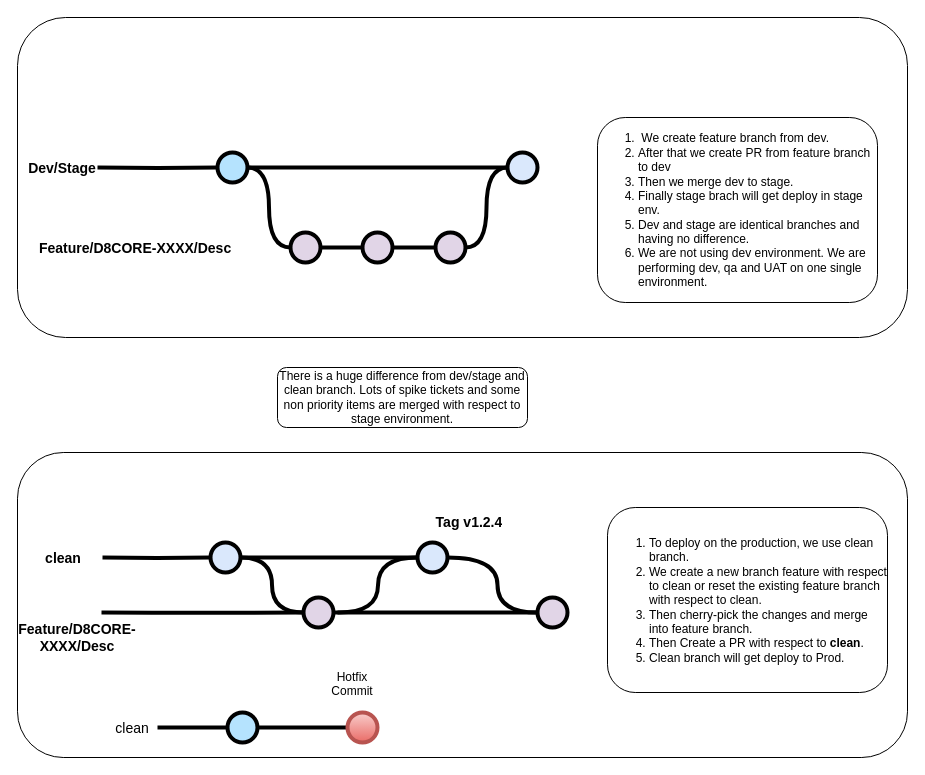
Earlier version of the draw.io diagram Existing Branching Strategy.drawio (rahul-kr/draw-io). Source tidied: cells renumbered, new cells numbered last; positions are measured from the earlier drawing's top-left corner, leaving out a move shared by most shapes. Both pictures are drawn from the tidied source at 100%, with x=0, y=0 at pixel (17, 17).
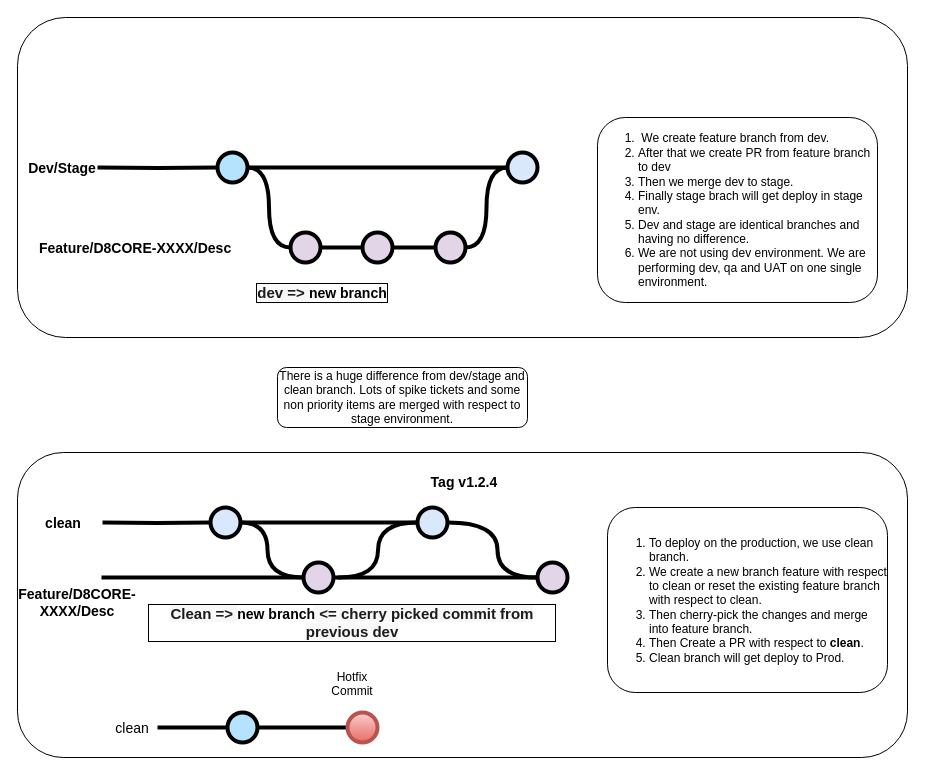
Above is the later version.

What changed in the source:
```diff
@@
     <mxCell id="18" value="clean" style="text;html=1;strokeColor=none;fillColor=none;align=center;verticalAlign=middle;whiteSpace=wrap;overflow=hidden;fontSize=14;fontStyle=1;" parent="1" vertex="1">
-      <mxGeometry x="21" y="530" width="50" height="20" as="geometry" />
+      <mxGeometry x="21" y="495" width="50" height="20" as="geometry" />
     </mxCell>
-    <mxCell id="19" style="edgeStyle=orthogonalEdgeStyle;curved=1;rounded=0;html=1;exitX=1;exitY=0.5;exitPerimeter=0;entryX=0;entryY=0.5;entryPerimeter=0;endArrow=none;endFill=0;jettySize=auto;strokeWidth=4;fontSize=15;" parent="1" edge="1" source="20">
+    <mxCell id="19" style="edgeStyle=orthogonalEdgeStyle;curved=1;rounded=0;html=1;exitX=1;exitY=0.5;exitPerimeter=0;entryX=0;entryY=0.5;entryPerimeter=0;endArrow=none;endFill=0;jettySize=auto;orthogonalLoop=1;strokeWidth=4;fontSize=15;" parent="1" edge="1">
       <mxGeometry relative="1" as="geometry">
-        <mxPoint x="520" y="595" as="targetPoint" />
+        <mxPoint x="316" y="560" as="sourcePoint" />
+        <mxPoint x="520" y="560" as="targetPoint" />
       </mxGeometry>
     </mxCell>
     <mxCell id="20" style="verticalLabelPosition=bottom;verticalAlign=top;html=1;strokeWidth=4;shape=mxgraph.flowchart.on-page_reference;plain-purple;gradientColor=none;strokeColor=#000000;" parent="1" vertex="1">
-      <mxGeometry x="286" y="580" width="30" height="30" as="geometry" />
+      <mxGeometry x="286" y="545" width="30" height="30" as="geometry" />
     </mxCell>
-    <mxCell id="21" style="edgeStyle=orthogonalEdgeStyle;curved=1;rounded=0;html=1;exitX=1;exitY=0.5;entryX=0;entryY=0.5;entryPerimeter=0;endArrow=none;endFill=0;jettySize=auto;strokeWidth=4;fontSize=15;" parent="1" edge="1" target="20">
+    <mxCell id="21" style="edgeStyle=orthogonalEdgeStyle;curved=1;rounded=0;html=1;exitX=1;exitY=0.5;entryX=0;entryY=0.5;entryPerimeter=0;endArrow=none;endFill=0;jettySize=auto;orthogonalLoop=1;strokeWidth=4;fontSize=15;" parent="1" edge="1">
       <mxGeometry relative="1" as="geometry">
-        <mxPoint x="84" y="595" as="sourcePoint" />
+        <mxPoint x="84" y="560" as="sourcePoint" />
+        <mxPoint x="286" y="560" as="targetPoint" />
       </mxGeometry>
     </mxCell>
     <mxCell id="22" style="edgeStyle=orthogonalEdgeStyle;curved=1;rounded=0;html=1;exitX=1;exitY=0.5;exitPerimeter=0;endArrow=none;endFill=0;jettySize=auto;strokeWidth=4;fontSize=15;" parent="1" edge="1" source="23">
       <mxGeometry relative="1" as="geometry">
-        <mxPoint x="540" y="595" as="targetPoint" />
+        <mxPoint x="540" y="560" as="targetPoint" />
         <Array as="points">
-          <mxPoint x="480" y="540" />
-          <mxPoint x="480" y="595" />
-          <mxPoint x="560" y="595" />
+          <mxPoint x="480" y="505" />
+          <mxPoint x="480" y="560" />
+          <mxPoint x="560" y="560" />
         </Array>
       </mxGeometry>
     </mxCell>
     <mxCell id="23" style="verticalLabelPosition=bottom;verticalAlign=top;html=1;strokeWidth=4;shape=mxgraph.flowchart.on-page_reference;plain-blue;gradientColor=none;strokeColor=#000000;" parent="1" vertex="1">
-      <mxGeometry x="400" y="525" width="30" height="30" as="geometry" />
+      <mxGeometry x="400" y="490" width="30" height="30" as="geometry" />
     </mxCell>
     <mxCell id="24" style="verticalLabelPosition=bottom;verticalAlign=top;html=1;strokeWidth=4;shape=mxgraph.flowchart.on-page_reference;plain-purple;gradientColor=none;strokeColor=#000000;" parent="1" vertex="1">
-      <mxGeometry x="520" y="580" width="30" height="30" as="geometry" />
+      <mxGeometry x="520" y="545" width="30" height="30" as="geometry" />
     </mxCell>
-    <mxCell id="25" style="edgeStyle=orthogonalEdgeStyle;curved=1;rounded=0;html=1;exitX=1;exitY=0.5;exitPerimeter=0;entryX=0;entryY=0.5;entryPerimeter=0;endArrow=none;endFill=0;jettySize=auto;strokeWidth=4;fontSize=15;" parent="1" edge="1" source="27" target="20">
-      <mxGeometry relative="1" as="geometry" />
+    <mxCell id="25" style="edgeStyle=orthogonalEdgeStyle;curved=1;rounded=0;html=1;exitX=1;exitY=0.5;exitPerimeter=0;entryX=0;entryY=0.5;entryPerimeter=0;endArrow=none;endFill=0;jettySize=auto;strokeWidth=4;fontSize=15;" parent="1" edge="1" source="27">
+      <mxGeometry relative="1" as="geometry">
+        <mxPoint x="286" y="560" as="targetPoint" />
+        <Array as="points">
+          <mxPoint x="250" y="505" />
+          <mxPoint x="250" y="560" />
+        </Array>
+      </mxGeometry>
     </mxCell>
     <mxCell id="26" style="edgeStyle=orthogonalEdgeStyle;curved=1;rounded=0;html=1;exitX=1;exitY=0.5;exitPerimeter=0;endArrow=none;endFill=0;jettySize=auto;strokeWidth=4;fontSize=15;" parent="1" edge="1" source="27">
       <mxGeometry relative="1" as="geometry">
-        <mxPoint x="400" y="540" as="targetPoint" />
+        <mxPoint x="400" y="505" as="targetPoint" />
       </mxGeometry>
     </mxCell>
     <mxCell id="27" style="verticalLabelPosition=bottom;verticalAlign=top;html=1;strokeWidth=4;shape=mxgraph.flowchart.on-page_reference;plain-blue;gradientColor=none;strokeColor=#000000;" parent="1" vertex="1">
-      <mxGeometry x="193" y="525" width="30" height="30" as="geometry" />
+      <mxGeometry x="193" y="490" width="30" height="30" as="geometry" />
     </mxCell>
     <mxCell id="28" style="edgeStyle=orthogonalEdgeStyle;rounded=0;html=1;jettySize=auto;plain-blue;endArrow=none;endFill=0;strokeWidth=4;strokeColor=#000000;" parent="1" edge="1" target="27">
-      <mxGeometry x="241" y="560" as="geometry">
-        <mxPoint x="85" y="540" as="sourcePoint" />
+      <mxGeometry x="241" y="525" as="geometry">
+        <mxPoint x="85" y="505" as="sourcePoint" />
       </mxGeometry>
     </mxCell>
     <mxCell id="29" value="&amp;nbsp;Tag v1.2.4" style="text;html=1;strokeColor=none;fillColor=none;align=center;verticalAlign=top;whiteSpace=wrap;overflow=hidden;fontSize=14;fontStyle=1;" parent="1" vertex="1">
-      <mxGeometry x="398" y="490" width="104" height="30" as="geometry" />
+      <mxGeometry x="393" y="450" width="104" height="30" as="geometry" />
     </mxCell>
@@
     <mxCell id="31" value="&lt;span style=&quot;font-size: 14px ; font-weight: 700 ; text-align: left&quot;&gt;Feature/D8CORE-XXXX/Desc&lt;/span&gt;" style="text;html=1;strokeColor=none;fillColor=none;align=center;verticalAlign=middle;whiteSpace=wrap;rounded=0;" parent="1" vertex="1">
-      <mxGeometry x="40" y="610" width="40" height="20" as="geometry" />
+      <mxGeometry x="40" y="575" width="40" height="20" as="geometry" />
     </mxCell>
     <mxCell id="32" style="edgeStyle=orthogonalEdgeStyle;curved=1;rounded=0;html=1;exitX=1;exitY=0.5;exitPerimeter=0;entryX=0;entryY=0.5;entryPerimeter=0;endArrow=none;endFill=0;jettySize=auto;strokeWidth=4;fontSize=15;entryDx=0;entryDy=0;" parent="1" edge="1" target="23">
       <mxGeometry relative="1" as="geometry">
-        <mxPoint x="320" y="595" as="sourcePoint" />
+        <mxPoint x="320" y="560" as="sourcePoint" />
       </mxGeometry>
     </mxCell>
@@
+    <mxCell id="41" value="&lt;b&gt;&lt;span style=&quot;color: rgb(29 , 28 , 29) ; font-family: , &amp;#34;applelogo&amp;#34; , sans-serif ; font-size: 15px ; text-align: left ; background-color: rgb(248 , 248 , 248)&quot;&gt;dev =&amp;gt;&amp;nbsp;&lt;/span&gt;&lt;span style=&quot;font-size: 14px ; text-align: left&quot;&gt;new branch&lt;/span&gt;&lt;/b&gt;" style="text;html=1;strokeColor=none;fillColor=none;align=center;verticalAlign=middle;whiteSpace=wrap;rounded=0;labelBorderColor=#000000;" parent="1" vertex="1">
+      <mxGeometry x="150" y="265" width="310" height="20" as="geometry" />
+    </mxCell>
+    <mxCell id="42" value="&lt;span style=&quot;color: rgb(29 , 28 , 29) ; font-family: , &amp;#34;applelogo&amp;#34; , sans-serif ; font-size: 15px ; text-align: left ; background-color: rgb(248 , 248 , 248)&quot;&gt;&lt;b&gt;Clean =&amp;gt;&amp;nbsp;&lt;/b&gt;&lt;/span&gt;&lt;span style=&quot;font-size: 14px ; font-weight: 700 ; text-align: left&quot;&gt;new branch&lt;/span&gt;&lt;span style=&quot;color: rgb(29 , 28 , 29) ; font-family: , &amp;#34;applelogo&amp;#34; , sans-serif ; font-size: 15px ; text-align: left ; background-color: rgb(248 , 248 , 248)&quot;&gt;&lt;b&gt;&amp;nbsp;&amp;lt;= cherry picked commit from previous dev&lt;/b&gt;&lt;/span&gt;" style="text;html=1;strokeColor=none;fillColor=none;align=center;verticalAlign=middle;whiteSpace=wrap;rounded=0;labelBorderColor=#000000;" parent="1" vertex="1">
+      <mxGeometry x="130" y="590" width="410" height="30" as="geometry" />
+    </mxCell>
```
